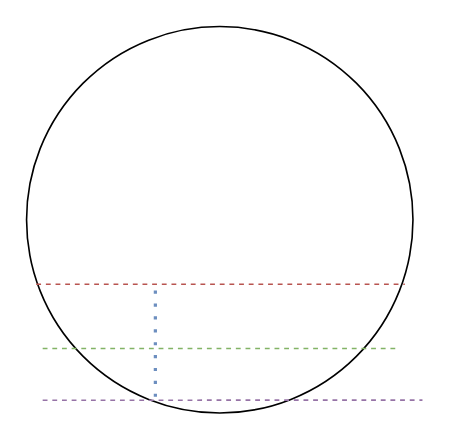
Earlier version of the draw.io diagram hello.drawio (cchaonie/practice). Source tidied: cells renumbered, new cells numbered last; positions are measured from the earlier drawing's top-left corner, leaving out a move shared by most shapes. Both pictures are drawn from the tidied source at 161%, with x=0, y=0 at pixel (26, 26).
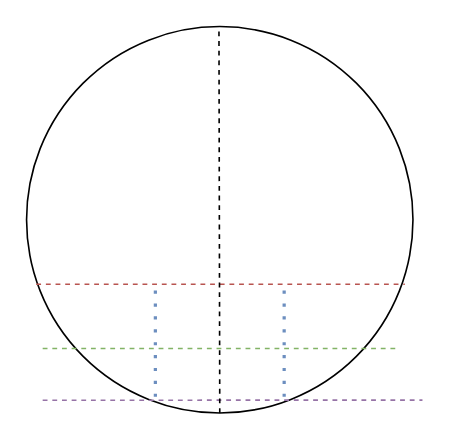
Above is the later version.

The edit, as a diff of the source:
```diff
@@
 <mxGraphModel>
   <root>
     <mxCell id="0" />
     <mxCell id="1" parent="0" />
     <mxCell id="2" style="ellipse;whiteSpace=wrap;html=1;" parent="1" vertex="1">
       <mxGeometry width="240" height="240" as="geometry" />
     </mxCell>
     <mxCell id="3" style="endArrow=none;dashed=1;html=1;rounded=0;exitX=0.025;exitY=0.667;exitDx=0;exitDy=0;exitPerimeter=0;entryX=0.979;entryY=0.667;entryDx=0;entryDy=0;entryPerimeter=0;fillColor=#f8cecc;strokeColor=#b85450;" parent="1" edge="1" source="2" target="2">
       <mxGeometry relative="1" as="geometry" />
     </mxCell>
     <mxCell id="4" style="endArrow=none;dashed=1;html=1;rounded=0;exitX=0.025;exitY=0.667;exitDx=0;exitDy=0;exitPerimeter=0;fillColor=#d5e8d4;strokeColor=#82b366;" parent="1" edge="1">
       <mxGeometry relative="1" as="geometry">
         <mxPoint x="10" y="200" as="sourcePoint" />
         <mxPoint x="230" y="200" as="targetPoint" />
       </mxGeometry>
     </mxCell>
     <mxCell id="5" style="endArrow=none;dashed=1;html=1;dashPattern=1 3;strokeWidth=2;rounded=0;" parent="1" edge="1">
       <mxGeometry relative="1" as="geometry">
         <mxPoint x="370" y="60" as="sourcePoint" />
         <mxPoint x="370" y="60" as="targetPoint" />
       </mxGeometry>
     </mxCell>
     <mxCell id="6" style="endArrow=none;dashed=1;html=1;dashPattern=1 3;strokeWidth=2;rounded=0;fillColor=#dae8fc;strokeColor=#6c8ebf;" parent="1" edge="1">
       <mxGeometry relative="1" as="geometry">
         <mxPoint x="80" y="230" as="sourcePoint" />
         <mxPoint x="80" y="160" as="targetPoint" />
       </mxGeometry>
     </mxCell>
     <mxCell id="7" style="endArrow=none;dashed=1;html=1;rounded=0;exitX=0.267;exitY=0.967;exitDx=0;exitDy=0;exitPerimeter=0;fillColor=#e1d5e7;strokeColor=#9673a6;" parent="1" edge="1">
       <mxGeometry relative="1" as="geometry">
         <mxPoint x="10" y="232.1" as="sourcePoint" />
         <mxPoint x="245.9" y="232" as="targetPoint" />
       </mxGeometry>
     </mxCell>
+    <mxCell id="8" style="endArrow=none;dashed=1;html=1;rounded=0;exitX=0.5;exitY=1;exitDx=0;exitDy=0;" parent="1" edge="1" source="2">
+      <mxGeometry relative="1" as="geometry">
+        <mxPoint x="119.5" as="targetPoint" />
+      </mxGeometry>
+    </mxCell>
+    <mxCell id="9" style="endArrow=none;dashed=1;html=1;dashPattern=1 3;strokeWidth=2;rounded=0;fillColor=#dae8fc;strokeColor=#6c8ebf;" parent="1" edge="1">
+      <mxGeometry relative="1" as="geometry">
+        <mxPoint x="160" y="230" as="sourcePoint" />
+        <mxPoint x="160" y="160" as="targetPoint" />
+      </mxGeometry>
+    </mxCell>
   </root>
 </mxGraphModel>
```
